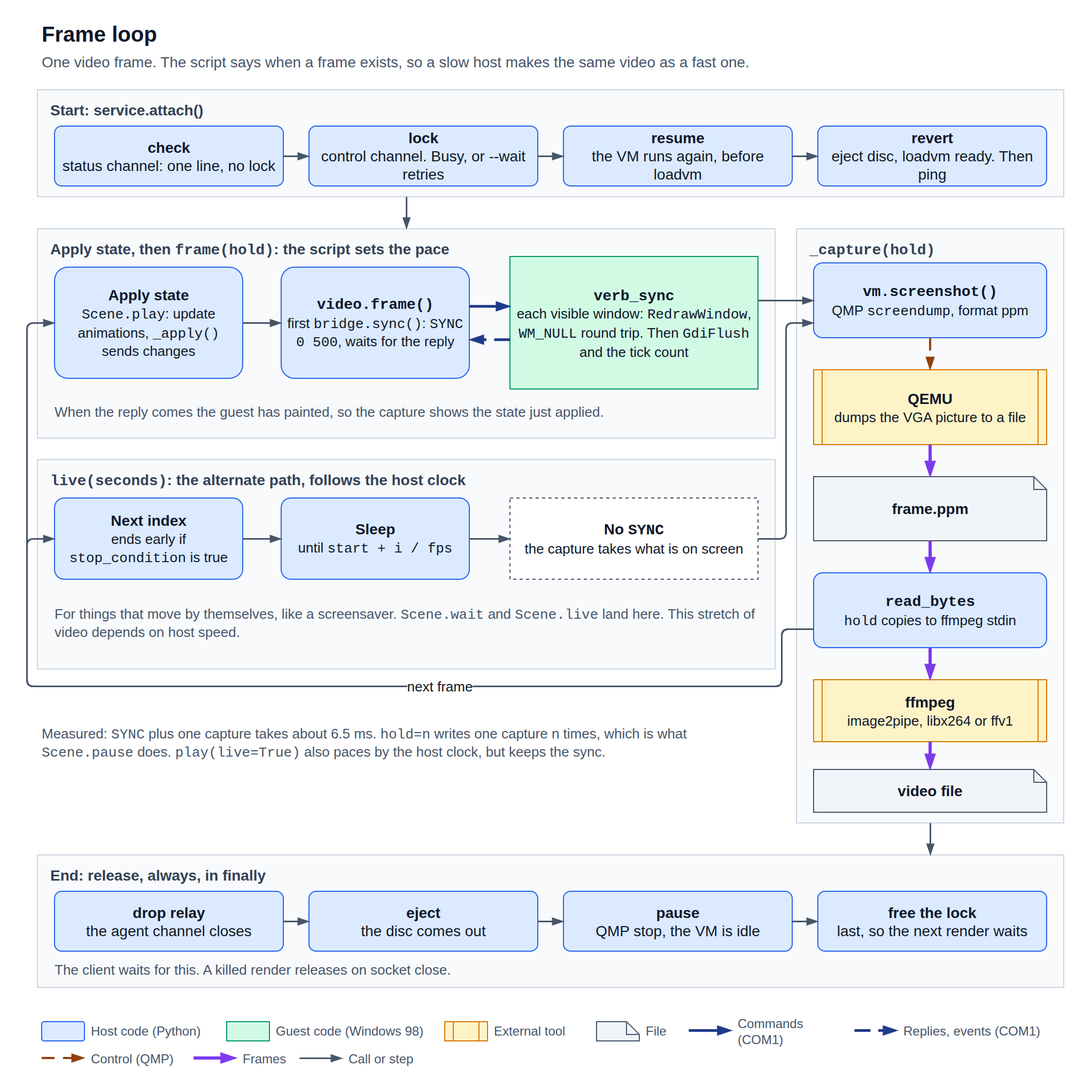
Earlier version of the draw.io export docs/diagrams/frame-loop.png (StanLukuvka/98artware). Source tidied: cells renumbered, new cells last; positions are measured from the earlier drawing's top-left corner, leaving out a move shared by most shapes.
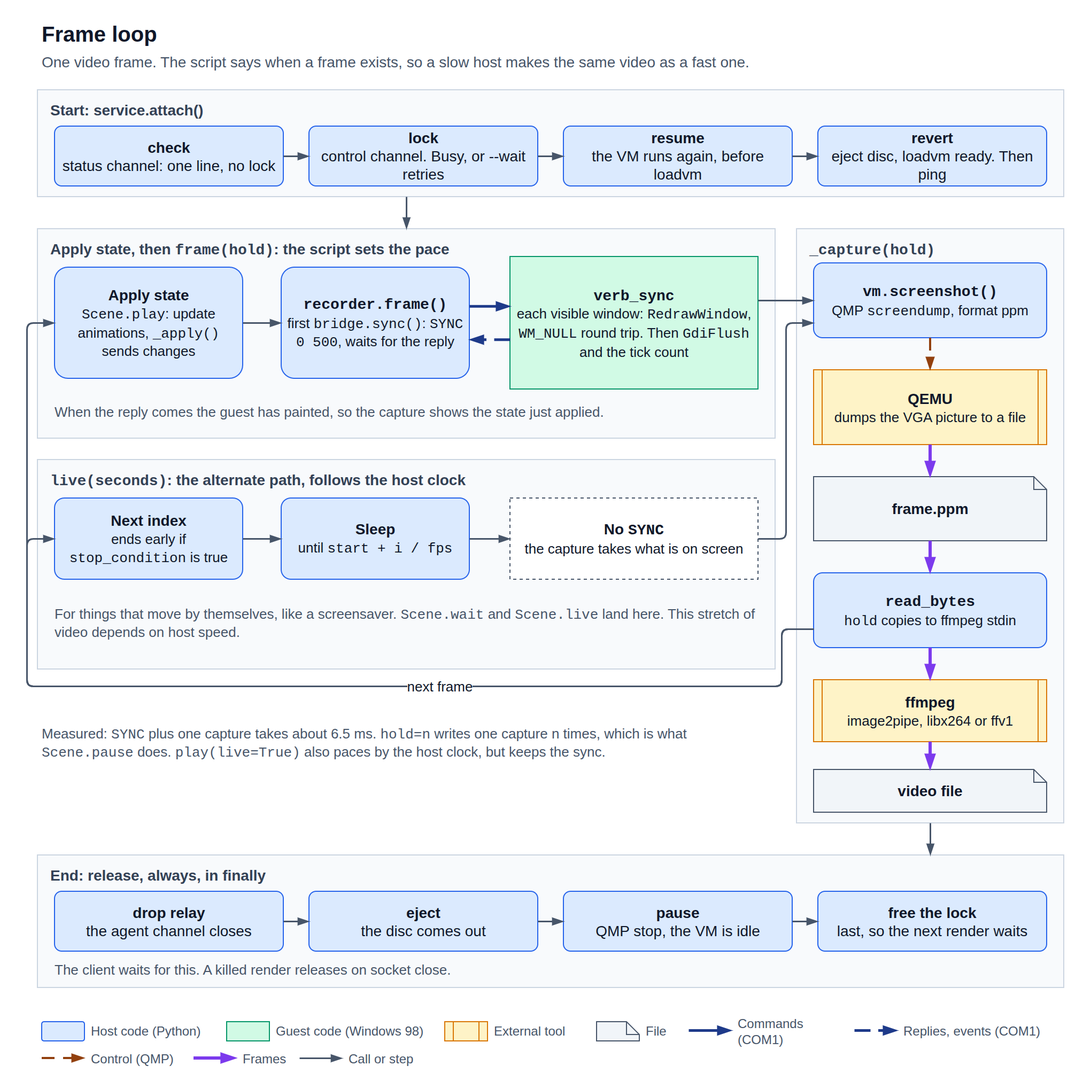
The same file after the commit.

Change to the diagram source:
```diff
@@ -14,7 +14,7 @@
     <mxCell id="5" value="&lt;b style=&quot;font-size:14px&quot;&gt;Apply state&lt;/b&gt;&lt;br&gt;&lt;span style=&quot;font-size:13px&quot;&gt;&lt;font face=&quot;Courier New&quot;&gt;Scene.play&lt;/font&gt;: update animations, &lt;font face=&quot;Courier New&quot;&gt;_apply()&lt;/font&gt; sends changes&lt;/span&gt;" style="rounded=1;arcSize=12;fillColor=#DBEAFE;strokeColor=#2563EB;whiteSpace=wrap;html=1;fontFamily=Helvetica;fontSize=14;fontColor=#0F172A;align=center;verticalAlign=middle;spacing=4;" parent="4" vertex="1">
       <mxGeometry x="16" y="36" width="176" height="104" as="geometry" />
     </mxCell>
-    <mxCell id="6" value="&lt;b style=&quot;font-size:14px&quot;&gt;&lt;font face=&quot;Courier New&quot;&gt;video.frame()&lt;/font&gt;&lt;/b&gt;&lt;br&gt;&lt;span style=&quot;font-size:13px&quot;&gt;first &lt;font face=&quot;Courier New&quot;&gt;bridge.sync()&lt;/font&gt;: &lt;font face=&quot;Courier New&quot;&gt;SYNC 0 500&lt;/font&gt;, waits for the reply&lt;/span&gt;" style="rounded=1;arcSize=12;fillColor=#DBEAFE;strokeColor=#2563EB;whiteSpace=wrap;html=1;fontFamily=Helvetica;fontSize=14;fontColor=#0F172A;align=center;verticalAlign=middle;spacing=4;" parent="4" vertex="1">
+    <mxCell id="6" value="&lt;b style=&quot;font-size:14px&quot;&gt;&lt;font face=&quot;Courier New&quot;&gt;recorder.frame()&lt;/font&gt;&lt;/b&gt;&lt;br&gt;&lt;span style=&quot;font-size:13px&quot;&gt;first &lt;font face=&quot;Courier New&quot;&gt;bridge.sync()&lt;/font&gt;: &lt;font face=&quot;Courier New&quot;&gt;SYNC 0 500&lt;/font&gt;, waits for the reply&lt;/span&gt;" style="rounded=1;arcSize=12;fillColor=#DBEAFE;strokeColor=#2563EB;whiteSpace=wrap;html=1;fontFamily=Helvetica;fontSize=14;fontColor=#0F172A;align=center;verticalAlign=middle;spacing=4;" parent="4" vertex="1">
       <mxGeometry x="228" y="36" width="176" height="104" as="geometry" />
     </mxCell>
     <mxCell id="7" value="&lt;b style=&quot;font-size:14px&quot;&gt;&lt;font face=&quot;Courier New&quot;&gt;verb_sync&lt;/font&gt;&lt;/b&gt;&lt;br&gt;&lt;span style=&quot;font-size:13px&quot;&gt;each visible window: &lt;font face=&quot;Courier New&quot;&gt;RedrawWindow&lt;/font&gt;, &lt;font face=&quot;Courier New&quot;&gt;WM_NULL&lt;/font&gt; round trip. Then &lt;font face=&quot;Courier New&quot;&gt;GdiFlush&lt;/font&gt; and the tick count&lt;/span&gt;" style="rounded=0;fillColor=#D1FAE5;strokeColor=#059669;whiteSpace=wrap;html=1;fontFamily=Helvetica;fontSize=14;fontColor=#0F172A;align=center;verticalAlign=middle;spacing=4;" parent="4" vertex="1">
```
